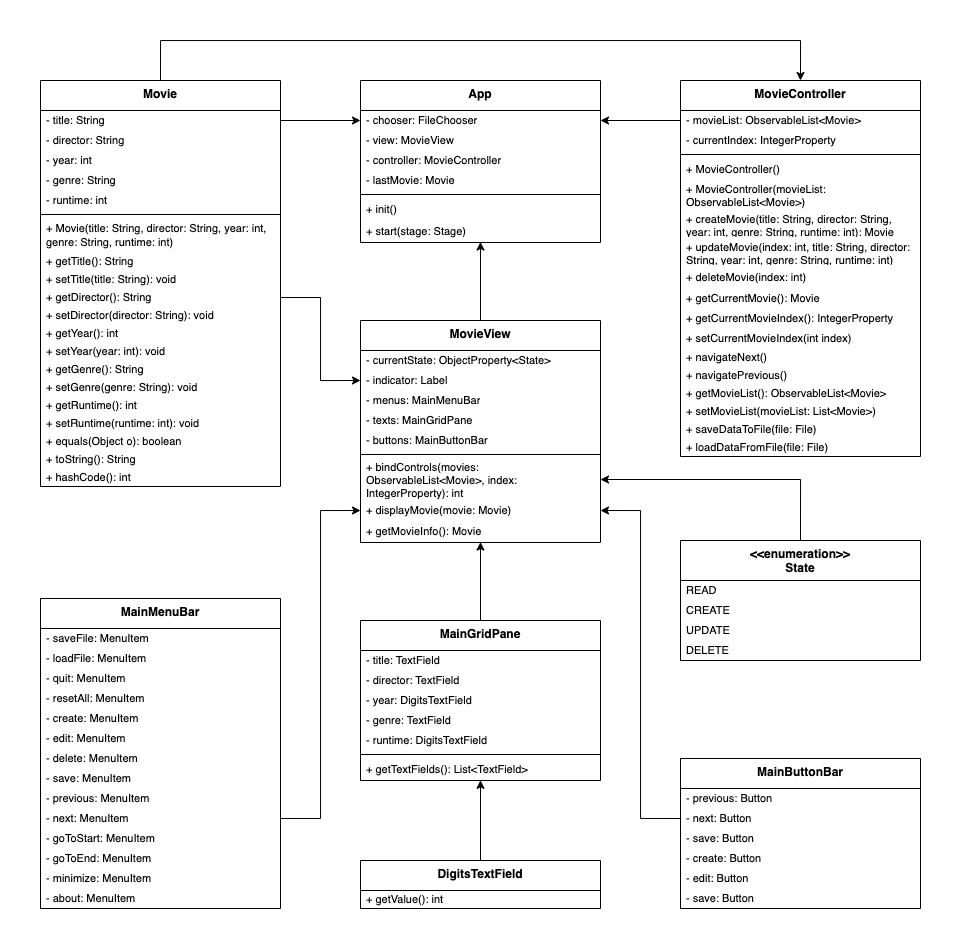
This is assignments/proj1/diagram1.png from hanggrian/IIT-ITM510, a draw.io export, as it was before one commit. Source tidied: cells renumbered, new cells last; positions are measured from the earlier drawing's top-left corner, leaving out a move shared by most shapes.
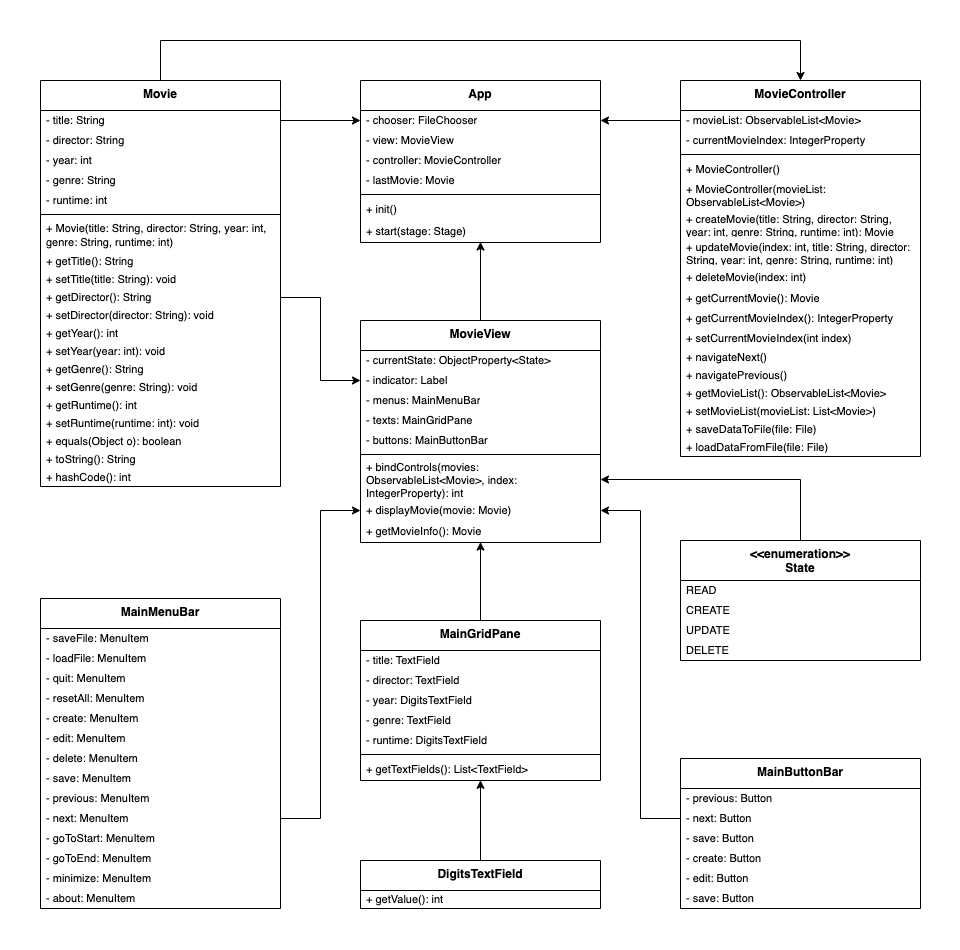
After the commit.

Commit message:
Fix function parameter names

Change to the diagram source:
```diff
@@ -85,7 +85,7 @@
     <mxCell id="27" value="- movieList: ObservableList&amp;lt;Movie&amp;gt;" style="text;strokeColor=none;fillColor=none;align=left;verticalAlign=middle;spacingLeft=4;spacingRight=4;overflow=hidden;points=[[0,0.5],[1,0.5]];portConstraint=eastwest;whiteSpace=wrap;html=1;fontSize=11;" parent="26" vertex="1">
       <mxGeometry y="30" width="240" height="20" as="geometry" />
     </mxCell>
-    <mxCell id="28" value="- currentIndex: IntegerProperty" style="text;strokeColor=none;fillColor=none;align=left;verticalAlign=middle;spacingLeft=4;spacingRight=4;overflow=hidden;whiteSpace=wrap;html=1;fontSize=11;" parent="26" vertex="1">
+    <mxCell id="28" value="- currentMovieIndex: IntegerProperty" style="text;strokeColor=none;fillColor=none;align=left;verticalAlign=middle;spacingLeft=4;spacingRight=4;overflow=hidden;whiteSpace=wrap;html=1;fontSize=11;" parent="26" vertex="1">
       <mxGeometry y="50" width="240" height="20" as="geometry" />
     </mxCell>
     <mxCell id="29" style="line;strokeWidth=1;fillColor=none;align=left;verticalAlign=middle;spacingTop=-1;spacingLeft=3;spacingRight=3;labelPosition=right;strokeColor=inherit;" parent="26" vertex="1">
```
